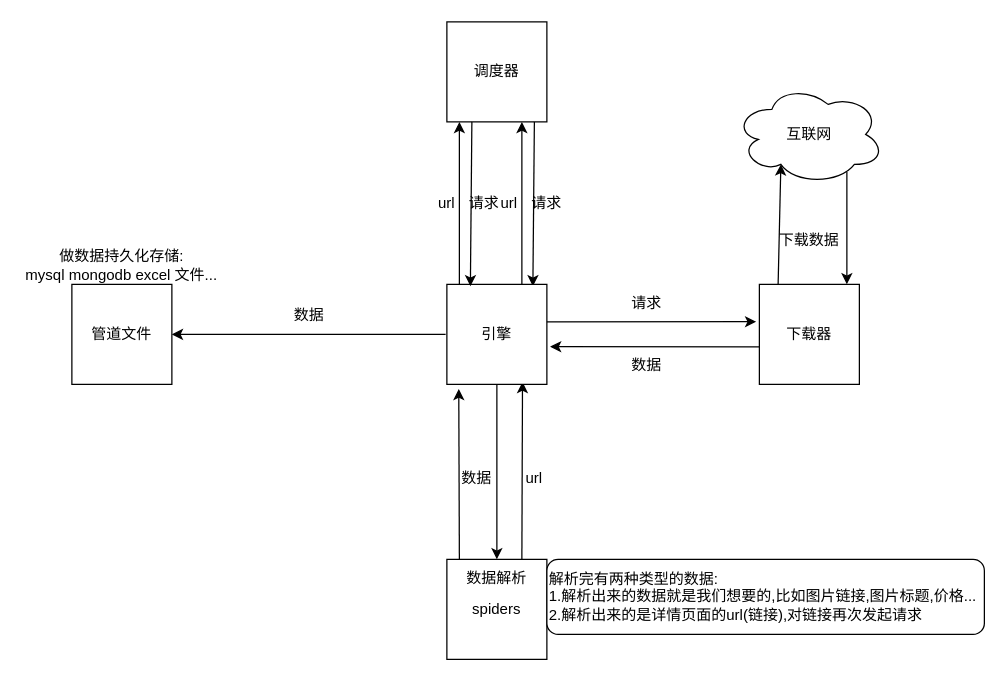
Before: scrapy5.drawio in xp-bear/drawio, a draw.io diagram. Source tidied: cells renumbered, new cells numbered last; positions are measured from the earlier drawing's top-left corner, leaving out a move shared by most shapes. Both pictures are drawn from the tidied source at 125%, with x=0, y=0 at pixel (21, 21).
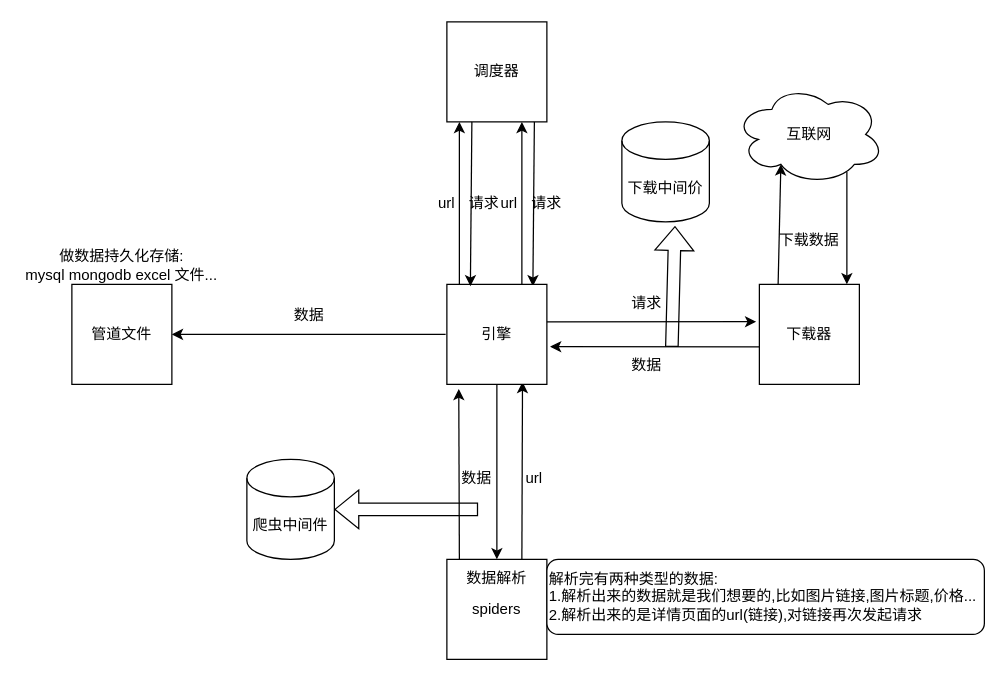
After the change.

Diff of the diagram source:
```diff
@@
+    <mxCell id="33" value="下载中间价" style="shape=cylinder3;whiteSpace=wrap;html=1;boundedLbl=1;backgroundOutline=1;size=15;" parent="1" vertex="1">
+      <mxGeometry x="480" y="80" width="70" height="80" as="geometry" />
+    </mxCell>
+    <mxCell id="34" style="shape=flexArrow;endArrow=classic;html=1;rounded=0;entryX=0.607;entryY=1.042;entryDx=0;entryDy=0;entryPerimeter=0;" parent="1" edge="1" target="33">
+      <mxGeometry relative="1" as="geometry">
+        <mxPoint x="520" y="260" as="sourcePoint" />
+      </mxGeometry>
+    </mxCell>
+    <mxCell id="35" style="shape=flexArrow;endArrow=classic;html=1;rounded=0;" parent="1" edge="1" target="36">
+      <mxGeometry relative="1" as="geometry">
+        <mxPoint x="365" y="390" as="sourcePoint" />
+      </mxGeometry>
+    </mxCell>
+    <mxCell id="36" value="爬虫中间件" style="shape=cylinder3;whiteSpace=wrap;html=1;boundedLbl=1;backgroundOutline=1;size=15;" parent="1" vertex="1">
+      <mxGeometry x="180" y="350" width="70" height="80" as="geometry" />
+    </mxCell>
```
